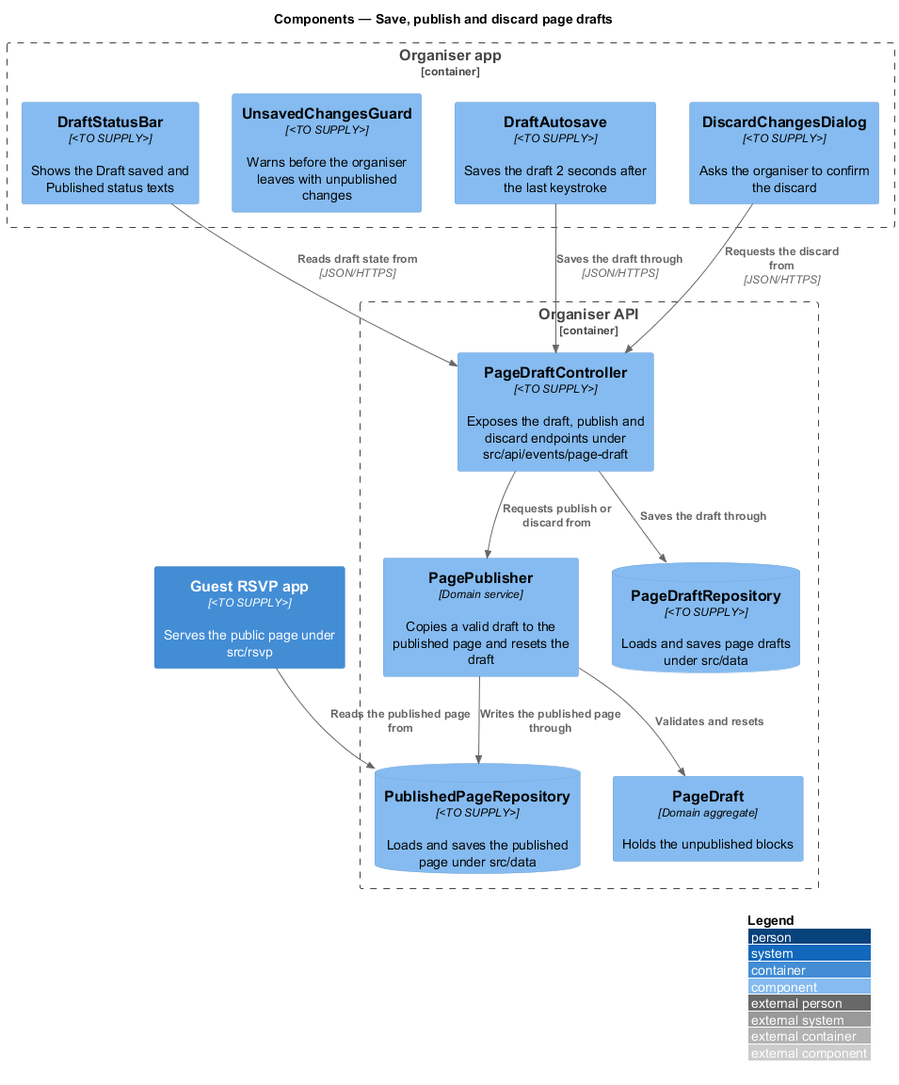
Above: docs/detailed-designs/event-page/publish-page-draft/diagrams/c4-component.png in QuinntyneBrown/rsvp-cms (PlantUML), before the change. Its diagram source:
```plantuml
@startuml
!include <C4/C4_Component>
LAYOUT_WITH_LEGEND()
title Components — Save, publish and discard page drafts

Container_Boundary(admin, "Organiser app") {
  Component(status, "DraftStatusBar", "<TO SUPPLY>", "Shows the Draft saved and Published status texts")
  Component(autosave, "DraftAutosave", "<TO SUPPLY>", "Saves the draft 2 seconds after the last keystroke")
  Component(guard, "UnsavedChangesGuard", "<TO SUPPLY>", "Warns before the organiser leaves with unpublished changes")
  Component(discard, "DiscardChangesDialog", "<TO SUPPLY>", "Asks the organiser to confirm the discard")
}
Container_Boundary(api, "Organiser API") {
  Component(ctrl, "PageDraftController", "<TO SUPPLY>", "Exposes the draft, publish and discard endpoints under src/api/events/page-draft")
  Component(publisher, "PagePublisher", "Domain service", "Copies a valid draft to the published page and resets the draft")
  Component(draft, "PageDraft", "Domain aggregate", "Holds the unpublished blocks")
  ComponentDb(drafts, "PageDraftRepository", "<TO SUPPLY>", "Loads and saves page drafts under src/data")
  ComponentDb(published, "PublishedPageRepository", "<TO SUPPLY>", "Loads and saves the published page under src/data")
}
Container(rsvp, "Guest RSVP app", "<TO SUPPLY>", "Serves the public page under src/rsvp")

Rel(status, ctrl, "Reads draft state from", "JSON/HTTPS")
Rel(autosave, ctrl, "Saves the draft through", "JSON/HTTPS")
Rel(discard, ctrl, "Requests the discard from", "JSON/HTTPS")
Rel(ctrl, publisher, "Requests publish or discard from")
Rel(publisher, draft, "Validates and resets")
Rel(ctrl, drafts, "Saves the draft through")
Rel(publisher, published, "Writes the published page through")
Rel(rsvp, published, "Reads the published page from")
@enduml
```
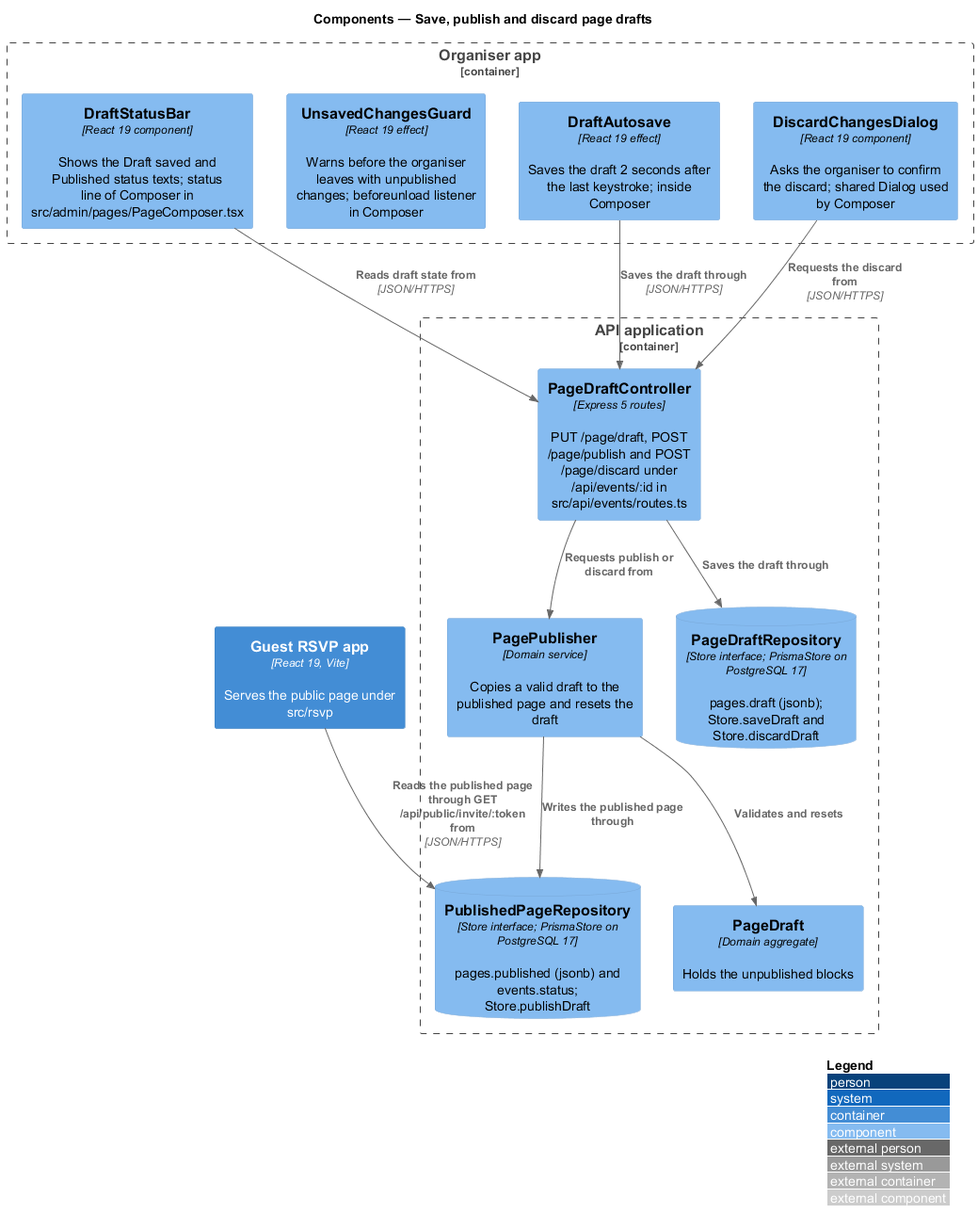
After the commit.

Change to the diagram source:
```diff
@@ -4,19 +4,19 @@
 title Components — Save, publish and discard page drafts
 
 Container_Boundary(admin, "Organiser app") {
-  Component(status, "DraftStatusBar", "<TO SUPPLY>", "Shows the Draft saved and Published status texts")
-  Component(autosave, "DraftAutosave", "<TO SUPPLY>", "Saves the draft 2 seconds after the last keystroke")
-  Component(guard, "UnsavedChangesGuard", "<TO SUPPLY>", "Warns before the organiser leaves with unpublished changes")
-  Component(discard, "DiscardChangesDialog", "<TO SUPPLY>", "Asks the organiser to confirm the discard")
+  Component(status, "DraftStatusBar", "React 19 component", "Shows the Draft saved and Published status texts; status line of Composer in src/admin/pages/PageComposer.tsx")
+  Component(autosave, "DraftAutosave", "React 19 effect", "Saves the draft 2 seconds after the last keystroke; inside Composer")
+  Component(guard, "UnsavedChangesGuard", "React 19 effect", "Warns before the organiser leaves with unpublished changes; beforeunload listener in Composer")
+  Component(discard, "DiscardChangesDialog", "React 19 component", "Asks the organiser to confirm the discard; shared Dialog used by Composer")
 }
-Container_Boundary(api, "Organiser API") {
-  Component(ctrl, "PageDraftController", "<TO SUPPLY>", "Exposes the draft, publish and discard endpoints under src/api/events/page-draft")
+Container_Boundary(api, "API application") {
+  Component(ctrl, "PageDraftController", "Express 5 routes", "PUT /page/draft, POST /page/publish and POST /page/discard under /api/events/:id in src/api/events/routes.ts")
   Component(publisher, "PagePublisher", "Domain service", "Copies a valid draft to the published page and resets the draft")
   Component(draft, "PageDraft", "Domain aggregate", "Holds the unpublished blocks")
-  ComponentDb(drafts, "PageDraftRepository", "<TO SUPPLY>", "Loads and saves page drafts under src/data")
-  ComponentDb(published, "PublishedPageRepository", "<TO SUPPLY>", "Loads and saves the published page under src/data")
+  ComponentDb(drafts, "PageDraftRepository", "Store interface; PrismaStore on PostgreSQL 17", "pages.draft (jsonb); Store.saveDraft and Store.discardDraft")
+  ComponentDb(published, "PublishedPageRepository", "Store interface; PrismaStore on PostgreSQL 17", "pages.published (jsonb) and events.status; Store.publishDraft")
 }
-Container(rsvp, "Guest RSVP app", "<TO SUPPLY>", "Serves the public page under src/rsvp")
+Container(rsvp, "Guest RSVP app", "React 19, Vite", "Serves the public page under src/rsvp")
 
 Rel(status, ctrl, "Reads draft state from", "JSON/HTTPS")
 Rel(autosave, ctrl, "Saves the draft through", "JSON/HTTPS")
@@ -25,5 +25,5 @@
 Rel(publisher, draft, "Validates and resets")
 Rel(ctrl, drafts, "Saves the draft through")
 Rel(publisher, published, "Writes the published page through")
-Rel(rsvp, published, "Reads the published page from")
+Rel(rsvp, published, "Reads the published page through GET /api/public/invite/:token from", "JSON/HTTPS")
 @enduml
```
